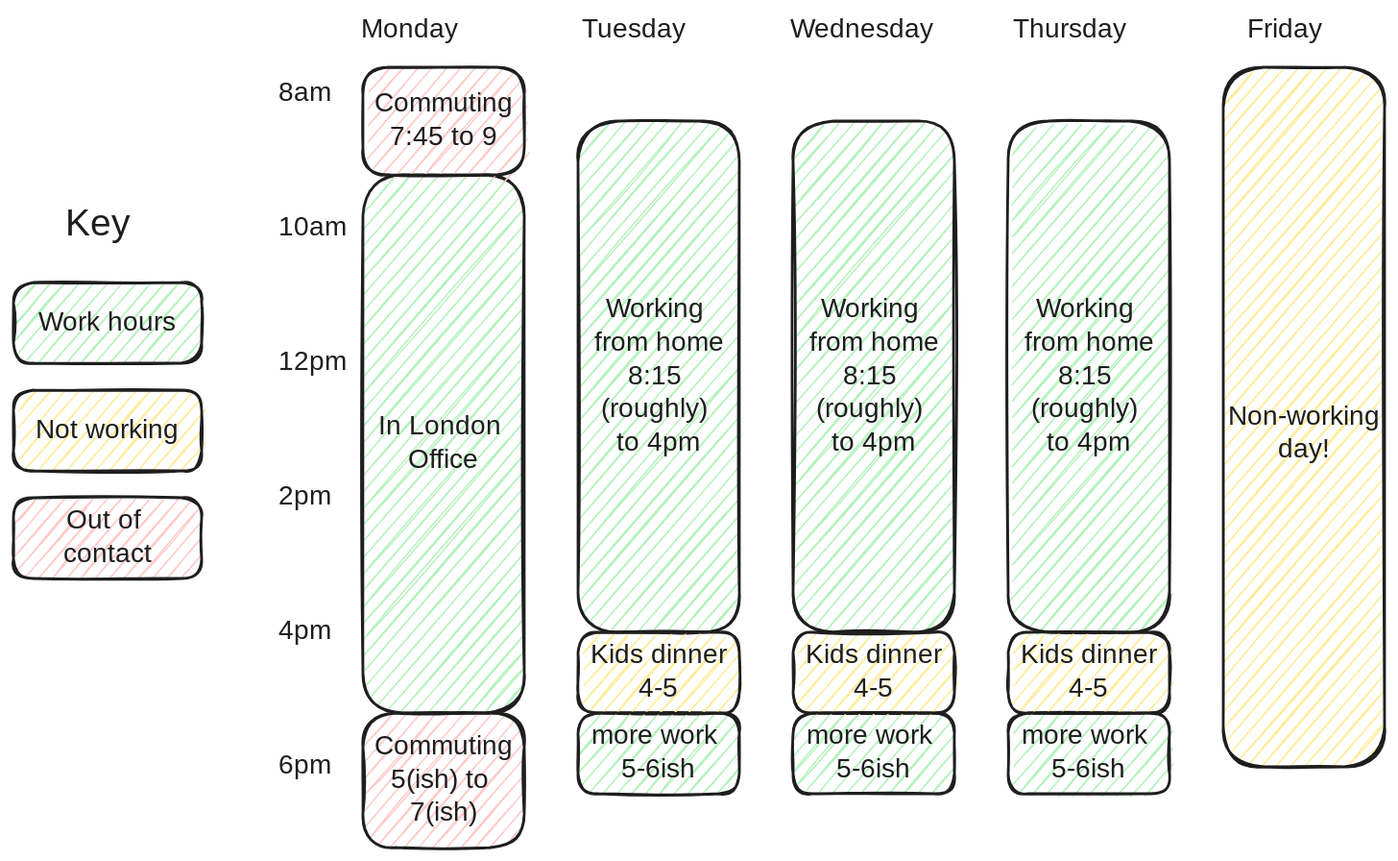
The Excalidraw diagram work_week.excalidraw.svg in kornysietsma/korny-info-main, before a commit. Source tidied: one line per element, renumbered; positions are measured from the earlier drawing's top-left corner, leaving out a move shared by most shapes.
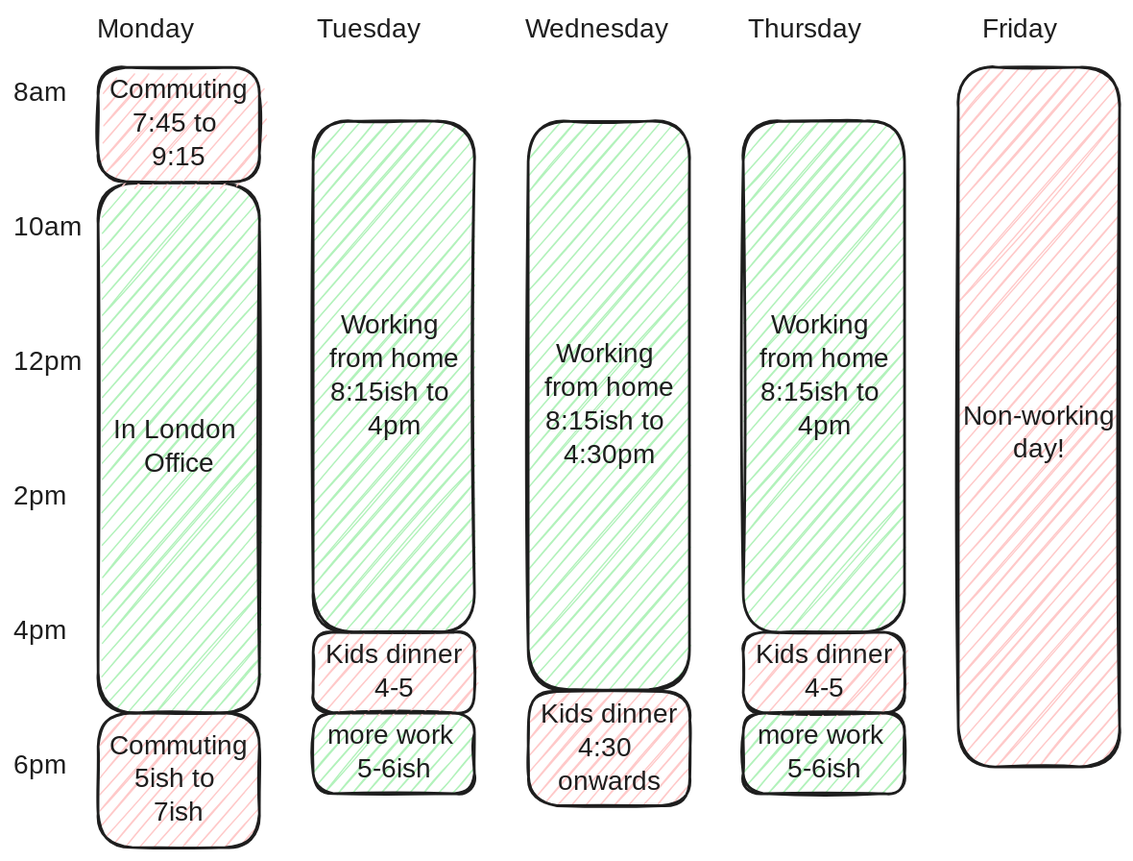
Later version of the same file.

What changed in the source:
```diff
@@ -1,35 +1,27 @@
-{"id": 0, "type": "rectangle", "strokeColor": "#1e1e1e", "backgroundColor": "#b2f2bb", "fillStyle": "hachure", "strokeWidth": 2, "roughness": 1, "round": true, "x": 260, "y": 120, "width": 120, "height": 400}
+{"id": 44, "type": "rectangle", "strokeColor": "#1e1e1e", "backgroundColor": "#b2f2bb", "fillStyle": "hachure", "strokeWidth": 2, "roughness": 1, "round": true, "x": 260, "y": 126, "width": 120, "height": 394}
-{"id": 1, "type": "text", "text": "In London \nOffice", "strokeColor": "#1e1e1e", "backgroundColor": "#ffec99", "fillStyle": "solid", "strokeWidth": 2, "roughness": 1, "fontSize": 19.97, "fontFamily": 1, "textAlign": "center", "verticalAlign": "middle", "inside": 0, "x": 268, "y": 295, "width": 104, "height": 50}
+{"id": 1, "type": "text", "text": "In London \nOffice", "strokeColor": "#1e1e1e", "backgroundColor": "#ffec99", "fillStyle": "solid", "strokeWidth": 2, "roughness": 1, "fontSize": 19.97, "fontFamily": 1, "textAlign": "center", "verticalAlign": "middle", "inside": 44, "x": 268, "y": 298, "width": 104, "height": 50}
-{"id": 2, "type": "rectangle", "strokeColor": "#1e1e1e", "backgroundColor": "#b2f2bb", "fillStyle": "hachure", "strokeWidth": 2, "roughness": 1, "round": true, "x": 420, "y": 80, "width": 120, "height": 380}
-{"id": 3, "type": "text", "text": "Working \nfrom home\n8:15 \n(roughly) \nto 4pm", "strokeColor": "#1e1e1e", "backgroundColor": "#ffec99", "fillStyle": "solid", "strokeWidth": 2, "roughness": 1, "fontSize": 19.97, "fontFamily": 1, "textAlign": "center", "verticalAlign": "middle", "inside": 2, "x": 432, "y": 208, "width": 96, "height": 125}
-{"id": 4, "type": "rectangle", "strokeColor": "#1e1e1e", "backgroundColor": "#b2f2bb", "fillStyle": "hachure", "strokeWidth": 2, "roughness": 1, "round": true, "x": 580, "y": 80, "width": 120, "height": 380}
-{"id": 5, "type": "text", "text": "Working \nfrom home\n8:15 \n(roughly) \nto 4pm", "strokeColor": "#1e1e1e", "backgroundColor": "#ffec99", "fillStyle": "solid", "strokeWidth": 2, "roughness": 1, "fontSize": 19.97, "fontFamily": 1, "textAlign": "center", "verticalAlign": "middle", "inside": 4, "x": 592, "y": 208, "width": 96, "height": 125}
-{"id": 6, "type": "rectangle", "strokeColor": "#1e1e1e", "backgroundColor": "#b2f2bb", "fillStyle": "hachure", "strokeWidth": 2, "roughness": 1, "round": true, "x": 740, "y": 80, "width": 120, "height": 380}
-{"id": 7, "type": "text", "text": "Working \nfrom home\n8:15 \n(roughly) \nto 4pm", "strokeColor": "#1e1e1e", "backgroundColor": "#ffec99", "fillStyle": "solid", "strokeWidth": 2, "roughness": 1, "fontSize": 19.97, "fontFamily": 1, "textAlign": "center", "verticalAlign": "middle", "inside": 6, "x": 752, "y": 208, "width": 96, "height": 125}
-{"id": 8, "type": "rectangle", "strokeColor": "#1e1e1e", "backgroundColor": "#ffec99", "fillStyle": "hachure", "strokeWidth": 2, "roughness": 1, "round": true, "x": 900, "y": 40, "width": 120, "height": 520}
+{"id": 45, "type": "rectangle", "strokeColor": "#1e1e1e", "backgroundColor": "#b2f2bb", "fillStyle": "hachure", "strokeWidth": 2, "roughness": 1, "round": true, "x": 420, "y": 80, "width": 120, "height": 380}
+{"id": 46, "type": "text", "text": "Working \nfrom home\n8:15ish to \n4pm", "strokeColor": "#1e1e1e", "backgroundColor": "#ffec99", "fillStyle": "solid", "strokeWidth": 2, "roughness": 1, "fontSize": 19.97, "fontFamily": 1, "textAlign": "center", "verticalAlign": "middle", "inside": 45, "x": 427, "y": 220, "width": 105, "height": 100}
+{"id": 47, "type": "rectangle", "strokeColor": "#1e1e1e", "backgroundColor": "#b2f2bb", "fillStyle": "hachure", "strokeWidth": 2, "roughness": 1, "round": true, "x": 580, "y": 80, "width": 120, "height": 423}
+{"id": 48, "type": "text", "text": "Working \nfrom home\n8:15ish to \n4:30pm", "strokeColor": "#1e1e1e", "backgroundColor": "#ffec99", "fillStyle": "solid", "strokeWidth": 2, "roughness": 1, "fontSize": 19.97, "fontFamily": 1, "textAlign": "center", "verticalAlign": "middle", "inside": 47, "x": 587, "y": 241, "width": 105, "height": 100}
+{"id": 49, "type": "rectangle", "strokeColor": "#1e1e1e", "backgroundColor": "#b2f2bb", "fillStyle": "hachure", "strokeWidth": 2, "roughness": 1, "round": true, "x": 740, "y": 80, "width": 120, "height": 380}
+{"id": 50, "type": "text", "text": "Working \nfrom home\n8:15ish to \n4pm", "strokeColor": "#1e1e1e", "backgroundColor": "#ffec99", "fillStyle": "solid", "strokeWidth": 2, "roughness": 1, "fontSize": 19.97, "fontFamily": 1, "textAlign": "center", "verticalAlign": "middle", "inside": 49, "x": 747, "y": 220, "width": 105, "height": 100}
+{"id": 51, "type": "rectangle", "strokeColor": "#1e1e1e", "backgroundColor": "#ffc9c9", "fillStyle": "hachure", "strokeWidth": 2, "roughness": 1, "round": true, "x": 900, "y": 40, "width": 120, "height": 520}
-{"id": 9, "type": "text", "text": "\nNon-working\nday!", "strokeColor": "#1e1e1e", "backgroundColor": "#ffec99", "fillStyle": "solid", "strokeWidth": 2, "roughness": 1, "fontSize": 19.97, "fontFamily": 1, "textAlign": "center", "verticalAlign": "middle", "inside": 8, "x": 907, "y": 263, "width": 107, "height": 75}
+{"id": 9, "type": "text", "text": "\nNon-working\nday!", "strokeColor": "#1e1e1e", "backgroundColor": "#ffec99", "fillStyle": "solid", "strokeWidth": 2, "roughness": 1, "fontSize": 19.97, "fontFamily": 1, "textAlign": "center", "verticalAlign": "middle", "inside": 51, "x": 907, "y": 263, "width": 107, "height": 75}
-{"id": 10, "type": "rectangle", "strokeColor": "#1e1e1e", "backgroundColor": "#b2f2bb", "fillStyle": "hachure", "strokeWidth": 2, "roughness": 1, "round": true, "x": 0, "y": 200, "width": 140, "height": 60}
-{"id": 11, "type": "text", "text": "Work hours", "strokeColor": "#1e1e1e", "backgroundColor": "#b2f2bb", "fillStyle": "hachure", "strokeWidth": 2, "roughness": 1, "fontSize": 20, "fontFamily": 1, "textAlign": "center", "verticalAlign": "middle", "inside": 10, "x": 17, "y": 218, "width": 106, "height": 25}
-{"id": 12, "type": "rectangle", "strokeColor": "#1e1e1e", "backgroundColor": "#ffc9c9", "fillStyle": "hachure", "strokeWidth": 2, "roughness": 1, "round": true, "x": 0, "y": 360, "width": 140, "height": 60}
-{"id": 13, "type": "text", "text": "Out of \ncontact", "strokeColor": "#1e1e1e", "backgroundColor": "#b2f2bb", "fillStyle": "hachure", "strokeWidth": 2, "roughness": 1, "fontSize": 20, "fontFamily": 1, "textAlign": "center", "verticalAlign": "middle", "inside": 12, "x": 31, "y": 365, "width": 78, "height": 50}
-{"id": 14, "type": "rectangle", "strokeColor": "#1e1e1e", "backgroundColor": "#ffc9c9", "fillStyle": "hachure", "strokeWidth": 2, "roughness": 1, "round": true, "x": 260, "y": 40, "width": 120, "height": 80}
-{"id": 15, "type": "text", "text": "Commuting\n7:45 to 9", "strokeColor": "#1e1e1e", "backgroundColor": "#b2f2bb", "fillStyle": "hachure", "strokeWidth": 2, "roughness": 1, "fontSize": 19.97, "fontFamily": 1, "textAlign": "center", "verticalAlign": "middle", "inside": 14, "x": 272, "y": 55, "width": 95, "height": 50}
-{"id": 16, "type": "rectangle", "strokeColor": "#1e1e1e", "backgroundColor": "#ffc9c9", "fillStyle": "hachure", "strokeWidth": 2, "roughness": 1, "round": true, "x": 260, "y": 520, "width": 120, "height": 100}
-{"id": 17, "type": "text", "text": "Commuting\n5(ish) to \n7(ish)", "strokeColor": "#1e1e1e", "backgroundColor": "#b2f2bb", "fillStyle": "hachure", "strokeWidth": 2, "roughness": 1, "fontSize": 19.97, "fontFamily": 1, "textAlign": "center", "verticalAlign": "middle", "inside": 16, "x": 272, "y": 533, "width": 95, "height": 75}
-{"id": 18, "type": "rectangle", "strokeColor": "#1e1e1e", "backgroundColor": "#b2f2bb", "fillStyle": "hachure", "strokeWidth": 2, "roughness": 1, "round": true, "x": 420, "y": 520, "width": 120, "height": 60}
-{"id": 19, "type": "text", "text": "more work \n5-6ish", "strokeColor": "#1e1e1e", "backgroundColor": "#b2f2bb", "fillStyle": "hachure", "strokeWidth": 2, "roughness": 1, "fontSize": 19.97, "fontFamily": 1, "textAlign": "center", "verticalAlign": "middle", "inside": 18, "x": 428, "y": 525, "width": 105, "height": 50}
-{"id": 20, "type": "rectangle", "strokeColor": "#1e1e1e", "backgroundColor": "#b2f2bb", "fillStyle": "hachure", "strokeWidth": 2, "roughness": 1, "round": true, "x": 580, "y": 520, "width": 120, "height": 60}
-{"id": 21, "type": "text", "text": "more work \n5-6ish", "strokeColor": "#1e1e1e", "backgroundColor": "#b2f2bb", "fillStyle": "hachure", "strokeWidth": 2, "roughness": 1, "fontSize": 19.97, "fontFamily": 1, "textAlign": "center", "verticalAlign": "middle", "inside": 20, "x": 588, "y": 525, "width": 105, "height": 50}
-{"id": 22, "type": "rectangle", "strokeColor": "#1e1e1e", "backgroundColor": "#b2f2bb", "fillStyle": "hachure", "strokeWidth": 2, "roughness": 1, "round": true, "x": 740, "y": 520, "width": 120, "height": 60}
-{"id": 23, "type": "text", "text": "more work \n5-6ish", "strokeColor": "#1e1e1e", "backgroundColor": "#b2f2bb", "fillStyle": "hachure", "strokeWidth": 2, "roughness": 1, "fontSize": 19.97, "fontFamily": 1, "textAlign": "center", "verticalAlign": "middle", "inside": 22, "x": 748, "y": 525, "width": 105, "height": 50}
-{"id": 24, "type": "rectangle", "strokeColor": "#1e1e1e", "backgroundColor": "#ffec99", "fillStyle": "hachure", "strokeWidth": 2, "roughness": 1, "round": true, "x": 0, "y": 280, "width": 140, "height": 60}
-{"id": 25, "type": "text", "text": "Not working", "strokeColor": "#1e1e1e", "backgroundColor": "#b2f2bb", "fillStyle": "hachure", "strokeWidth": 2, "roughness": 1, "fontSize": 20, "fontFamily": 1, "textAlign": "center", "verticalAlign": "middle", "inside": 24, "x": 15, "y": 298, "width": 111, "height": 25}
-{"id": 26, "type": "rectangle", "strokeColor": "#1e1e1e", "backgroundColor": "#ffec99", "fillStyle": "hachure", "strokeWidth": 2, "roughness": 1, "round": true, "x": 420, "y": 460, "width": 120, "height": 60}
-{"id": 27, "type": "text", "text": "Kids dinner\n4-5", "strokeColor": "#1e1e1e", "backgroundColor": "#b2f2bb", "fillStyle": "hachure", "strokeWidth": 2, "roughness": 1, "fontSize": 20, "fontFamily": 1, "textAlign": "center", "verticalAlign": "middle", "inside": 26, "x": 429, "y": 465, "width": 103, "height": 50}
-{"id": 28, "type": "rectangle", "strokeColor": "#1e1e1e", "backgroundColor": "#ffec99", "fillStyle": "hachure", "strokeWidth": 2, "roughness": 1, "round": true, "x": 580, "y": 460, "width": 120, "height": 60}
-{"id": 29, "type": "text", "text": "Kids dinner\n4-5", "strokeColor": "#1e1e1e", "backgroundColor": "#b2f2bb", "fillStyle": "hachure", "strokeWidth": 2, "roughness": 1, "fontSize": 20, "fontFamily": 1, "textAlign": "center", "verticalAlign": "middle", "inside": 28, "x": 589, "y": 465, "width": 103, "height": 50}
-{"id": 30, "type": "rectangle", "strokeColor": "#1e1e1e", "backgroundColor": "#ffec99", "fillStyle": "hachure", "strokeWidth": 2, "roughness": 1, "round": true, "x": 740, "y": 460, "width": 120, "height": 60}
-{"id": 31, "type": "text", "text": "Kids dinner\n4-5", "strokeColor": "#1e1e1e", "backgroundColor": "#b2f2bb", "fillStyle": "hachure", "strokeWidth": 2, "roughness": 1, "fontSize": 20, "fontFamily": 1, "textAlign": "center", "verticalAlign": "middle", "inside": 30, "x": 749, "y": 465, "width": 103, "height": 50}
+{"id": 52, "type": "rectangle", "strokeColor": "#1e1e1e", "backgroundColor": "#ffc9c9", "fillStyle": "hachure", "strokeWidth": 2, "roughness": 1, "round": true, "x": 260, "y": 40, "width": 120, "height": 85}
+{"id": 53, "type": "text", "text": "Commuting\n7:45 to \n9:15", "strokeColor": "#1e1e1e", "backgroundColor": "#b2f2bb", "fillStyle": "hachure", "strokeWidth": 2, "roughness": 1, "fontSize": 19.97, "fontFamily": 1, "textAlign": "center", "verticalAlign": "middle", "inside": 52, "x": 272, "y": 45, "width": 95, "height": 75}
+{"id": 54, "type": "rectangle", "strokeColor": "#1e1e1e", "backgroundColor": "#ffc9c9", "fillStyle": "hachure", "strokeWidth": 2, "roughness": 1, "round": true, "x": 260, "y": 520, "width": 120, "height": 100}
+{"id": 55, "type": "text", "text": "Commuting\n5ish to \n7ish", "strokeColor": "#1e1e1e", "backgroundColor": "#b2f2bb", "fillStyle": "hachure", "strokeWidth": 2, "roughness": 1, "fontSize": 19.97, "fontFamily": 1, "textAlign": "center", "verticalAlign": "middle", "inside": 54, "x": 272, "y": 533, "width": 95, "height": 75}
+{"id": 56, "type": "rectangle", "strokeColor": "#1e1e1e", "backgroundColor": "#b2f2bb", "fillStyle": "hachure", "strokeWidth": 2, "roughness": 1, "round": true, "x": 420, "y": 520, "width": 120, "height": 60}
+{"id": 57, "type": "text", "text": "more work \n5-6ish", "strokeColor": "#1e1e1e", "backgroundColor": "#b2f2bb", "fillStyle": "hachure", "strokeWidth": 2, "roughness": 1, "fontSize": 19.97, "fontFamily": 1, "textAlign": "center", "verticalAlign": "middle", "inside": 56, "x": 428, "y": 525, "width": 105, "height": 50}
+{"id": 58, "type": "rectangle", "strokeColor": "#1e1e1e", "backgroundColor": "#b2f2bb", "fillStyle": "hachure", "strokeWidth": 2, "roughness": 1, "round": true, "x": 740, "y": 520, "width": 120, "height": 60}
+{"id": 59, "type": "text", "text": "more work \n5-6ish", "strokeColor": "#1e1e1e", "backgroundColor": "#b2f2bb", "fillStyle": "hachure", "strokeWidth": 2, "roughness": 1, "fontSize": 19.97, "fontFamily": 1, "textAlign": "center", "verticalAlign": "middle", "inside": 58, "x": 748, "y": 525, "width": 105, "height": 50}
+{"id": 60, "type": "rectangle", "strokeColor": "#1e1e1e", "backgroundColor": "#ffc9c9", "fillStyle": "hachure", "strokeWidth": 2, "roughness": 1, "round": true, "x": 420, "y": 460, "width": 120, "height": 60}
+{"id": 61, "type": "text", "text": "Kids dinner\n4-5", "strokeColor": "#1e1e1e", "backgroundColor": "#b2f2bb", "fillStyle": "hachure", "strokeWidth": 2, "roughness": 1, "fontSize": 20, "fontFamily": 1, "textAlign": "center", "verticalAlign": "middle", "inside": 60, "x": 429, "y": 465, "width": 103, "height": 50}
+{"id": 62, "type": "rectangle", "strokeColor": "#1e1e1e", "backgroundColor": "#ffc9c9", "fillStyle": "hachure", "strokeWidth": 2, "roughness": 1, "round": true, "x": 580, "y": 504, "width": 120, "height": 85}
+{"id": 63, "type": "text", "text": "Kids dinner\n4:30 \nonwards", "strokeColor": "#1e1e1e", "backgroundColor": "#b2f2bb", "fillStyle": "hachure", "strokeWidth": 2, "roughness": 1, "fontSize": 20, "fontFamily": 1, "textAlign": "center", "verticalAlign": "middle", "inside": 62, "x": 589, "y": 509, "width": 103, "height": 75}
+{"id": 64, "type": "rectangle", "strokeColor": "#1e1e1e", "backgroundColor": "#ffc9c9", "fillStyle": "hachure", "strokeWidth": 2, "roughness": 1, "round": true, "x": 740, "y": 460, "width": 120, "height": 60}
+{"id": 65, "type": "text", "text": "Kids dinner\n4-5", "strokeColor": "#1e1e1e", "backgroundColor": "#b2f2bb", "fillStyle": "hachure", "strokeWidth": 2, "roughness": 1, "fontSize": 20, "fontFamily": 1, "textAlign": "center", "verticalAlign": "middle", "inside": 64, "x": 749, "y": 465, "width": 103, "height": 50}
 {"id": 32, "type": "text", "text": "Monday", "strokeColor": "#1e1e1e", "backgroundColor": "#b2f2bb", "fillStyle": "hachure", "strokeWidth": 2, "roughness": 1, "fontSize": 20, "fontFamily": 1, "textAlign": "center", "x": 260, "y": 0, "width": 70, "height": 25}
 {"id": 33, "type": "text", "text": "Tuesday", "strokeColor": "#1e1e1e", "backgroundColor": "#b2f2bb", "fillStyle": "hachure", "strokeWidth": 2, "roughness": 1, "fontSize": 20, "fontFamily": 1, "textAlign": "center", "x": 420, "y": 0, "width": 83, "height": 25}
 {"id": 34, "type": "text", "text": "Wednesday", "strokeColor": "#1e1e1e", "backgroundColor": "#b2f2bb", "fillStyle": "hachure", "strokeWidth": 2, "roughness": 1, "fontSize": 20, "fontFamily": 1, "textAlign": "center", "x": 580, "y": 0, "width": 102, "height": 25}
@@ -41,4 +33,3 @@
 {"id": 40, "type": "text", "text": "4pm", "strokeColor": "#1e1e1e", "strokeWidth": 2, "roughness": 1, "fontSize": 20, "fontFamily": 1, "x": 197, "y": 447, "width": 35, "height": 25}
 {"id": 41, "type": "text", "text": "6pm", "strokeColor": "#1e1e1e", "strokeWidth": 2, "roughness": 1, "fontSize": 20, "fontFamily": 1, "x": 197, "y": 547, "width": 35, "height": 25}
 {"id": 42, "type": "text", "text": "8am", "strokeColor": "#1e1e1e", "strokeWidth": 2, "roughness": 1, "fontSize": 20, "fontFamily": 1, "x": 197, "y": 47, "width": 41, "height": 25}
-{"id": 43, "type": "text", "text": "Key", "strokeColor": "#1e1e1e", "backgroundColor": "#ffec99", "fillStyle": "solid", "strokeWidth": 2, "roughness": 1, "fontSize": 28, "fontFamily": 1, "textAlign": "center", "x": 40, "y": 140, "width": 46, "height": 35}
```
